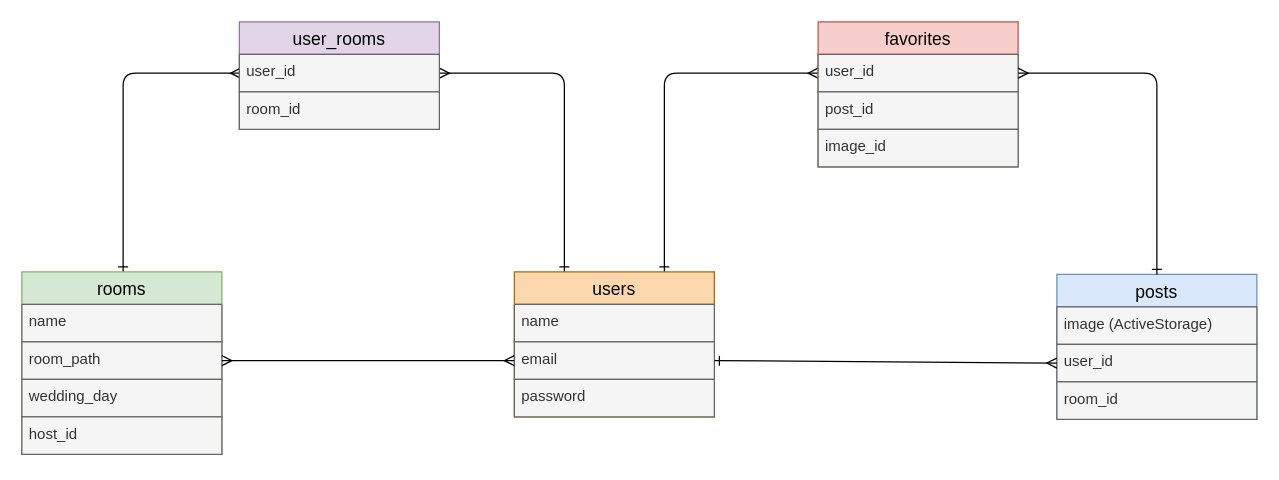
Above: page "ページ1" (1 of 2) of er.dio in TM0710/original_app (draw.io), before the change. Source tidied: cells renumbered, new cells numbered last; positions are measured from the earlier drawing's top-left corner, leaving out a move shared by most shapes. Both pictures are drawn from the tidied source at 125%, with x=0, y=0 at pixel (21, 21).
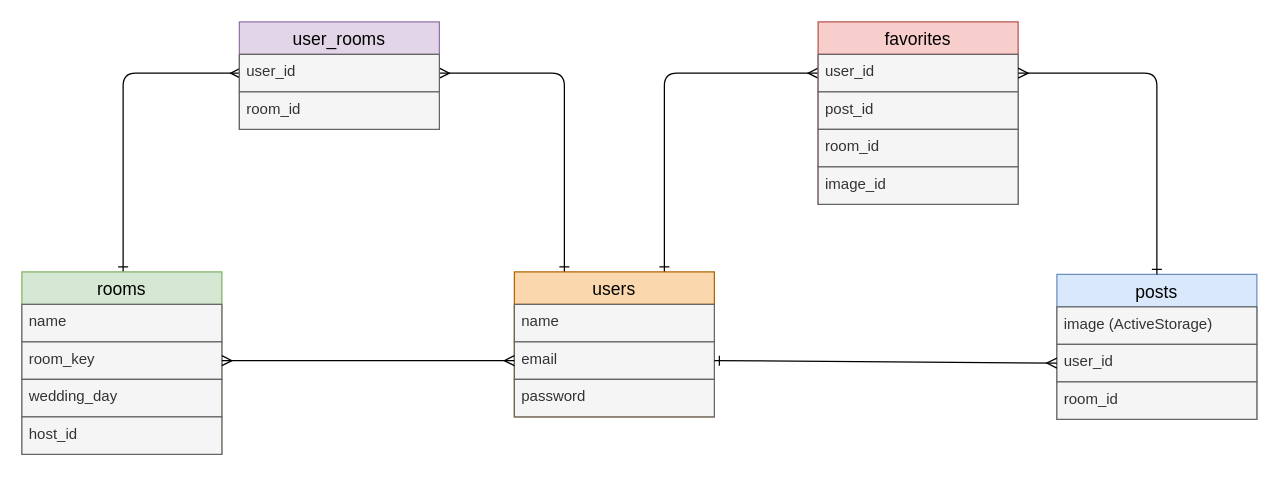
The same page after the edit.

Unchanged cells that the change refers to:
```xml
<mxCell id="17" value="rooms" style="swimlane;fontStyle=0;horizontal=1;startSize=26;align=center;fontSize=14;rounded=0;fillColor=#d5e8d4;strokeColor=#82b366;fontColor=#000000;" parent="1" vertex="1">
  <mxGeometry y="200" width="160" height="146" as="geometry" />
</mxCell>
```

What changed in the source:
```diff
@@
     <mxCell id="12" value="favorites" style="swimlane;fontStyle=0;horizontal=1;startSize=26;align=center;fontSize=14;rounded=0;fillColor=#f8cecc;strokeColor=#b85450;fontColor=#000000;" parent="1" vertex="1">
-      <mxGeometry x="637" width="160" height="116" as="geometry" />
+      <mxGeometry x="637" width="160" height="146" as="geometry" />
     </mxCell>
@@
+    <mxCell id="28" value="room_id" style="text;strokeColor=#666666;fillColor=#f5f5f5;spacingLeft=4;spacingRight=4;overflow=hidden;fontSize=12;rounded=0;fontColor=#333333;" parent="12" vertex="1">
+      <mxGeometry y="86" width="160" height="30" as="geometry" />
+    </mxCell>
     <mxCell id="15" value="image_id" style="text;strokeColor=#666666;fillColor=#f5f5f5;spacingLeft=4;spacingRight=4;overflow=hidden;fontSize=12;rounded=0;fontColor=#333333;" parent="12" vertex="1">
-      <mxGeometry y="86" width="160" height="30" as="geometry" />
+      <mxGeometry y="116" width="160" height="30" as="geometry" />
     </mxCell>
@@
-    <mxCell id="19" value="room_path" style="text;strokeColor=#666666;fillColor=#f5f5f5;spacingLeft=4;spacingRight=4;overflow=hidden;points=[[0,0.5],[1,0.5]];portConstraint=eastwest;fontSize=12;rounded=0;fontColor=#333333;" parent="17" vertex="1">
+    <mxCell id="19" value="room_key" style="text;strokeColor=#666666;fillColor=#f5f5f5;spacingLeft=4;spacingRight=4;overflow=hidden;points=[[0,0.5],[1,0.5]];portConstraint=eastwest;fontSize=12;rounded=0;fontColor=#333333;" parent="17" vertex="1">
       <mxGeometry y="56" width="160" height="30" as="geometry" />
     </mxCell>
```
